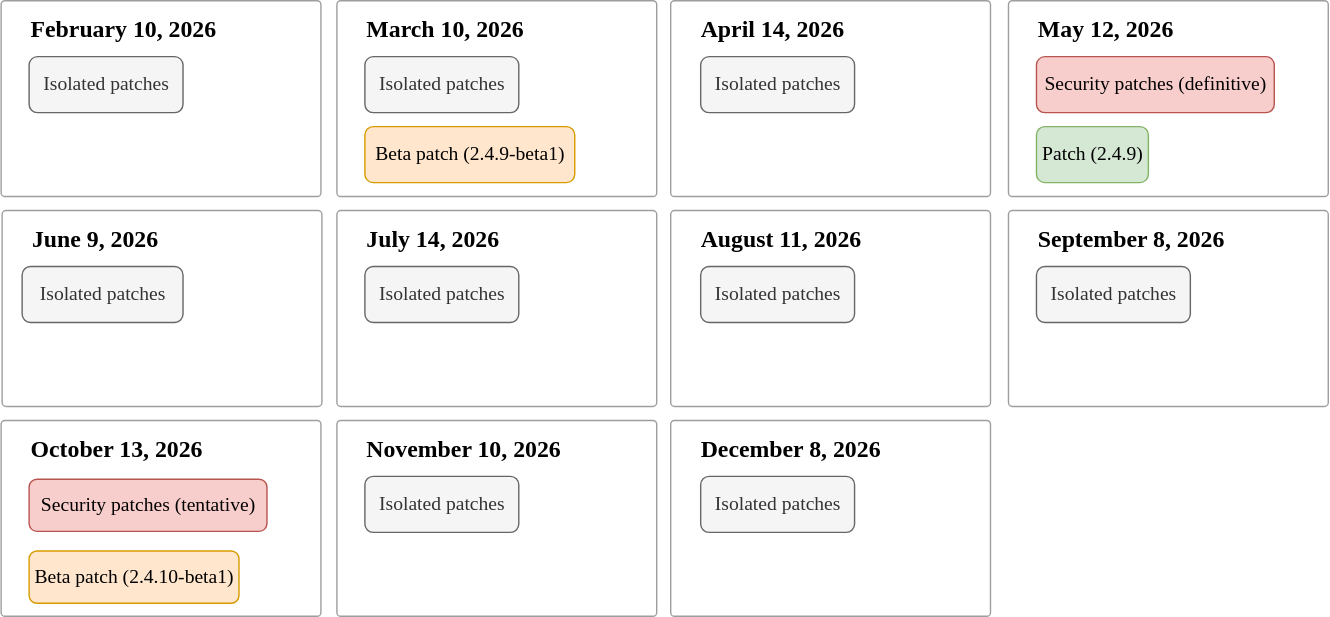
This is help/assets/release/release-calendar.drawio.svg from AdobeDocs/commerce-operations.en, a draw.io export, as it was before one commit. Source tidied: cells renumbered, new cells last; positions are measured from the earlier drawing's top-left corner, leaving out a move shared by most shapes.
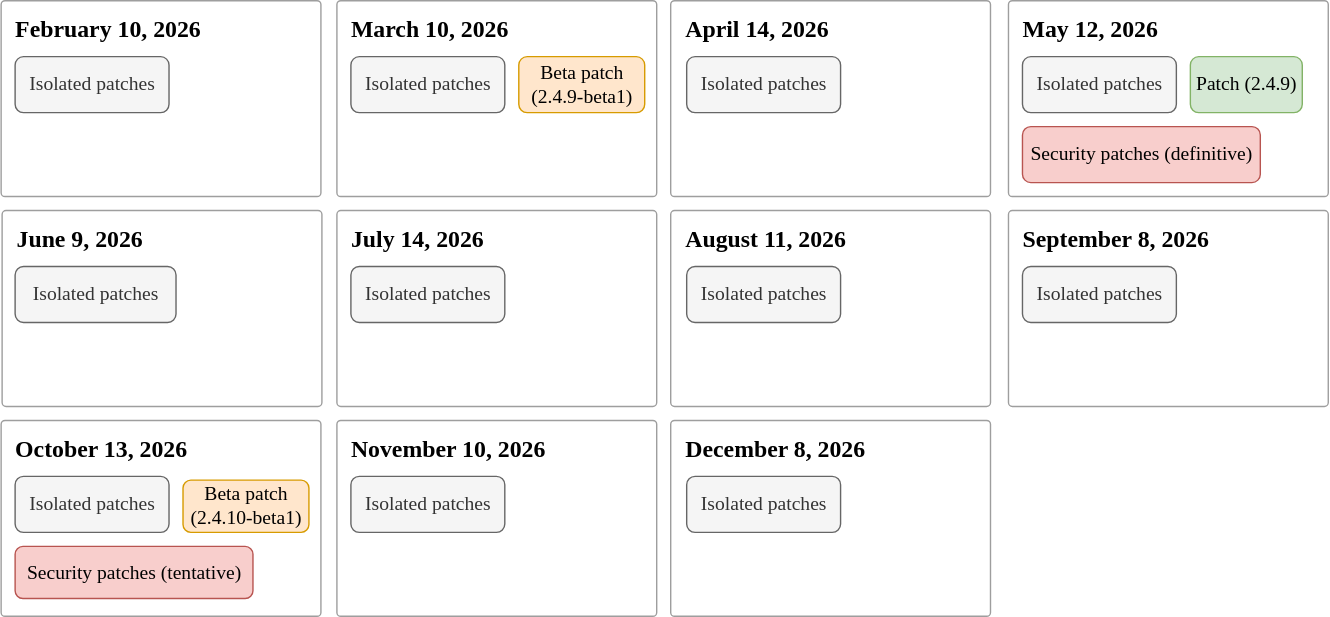
The same diagram one commit later.

Commit message:
fix: add isolated patches to every month

Diff of the diagram source:
```diff
@@ -2,80 +2,86 @@
   <root>
     <mxCell id="0" />
     <mxCell id="1" parent="0" />
-    <mxCell id="2" value="&lt;div&gt;&lt;font&gt;&lt;b&gt;March 10, 2026&lt;/b&gt;&lt;/font&gt;&lt;/div&gt;&lt;div&gt;&lt;br&gt;&lt;/div&gt;&lt;div&gt;&lt;br&gt;&lt;/div&gt;" style="rounded=1;whiteSpace=wrap;html=1;arcSize=2;fillColor=none;strokeColor=#9E9E9E;fontFamily=Adobe Clean;fontSize=17;perimeter=rectanglePerimeter;shadow=0;align=left;spacingTop=-58;spacing=2;spacingLeft=19;" parent="1" vertex="1">
+    <mxCell id="2" value="&lt;div&gt;&lt;font&gt;&lt;b&gt;March 10, 2026&lt;/b&gt;&lt;/font&gt;&lt;/div&gt;&lt;div&gt;&lt;br&gt;&lt;/div&gt;&lt;div&gt;&lt;br&gt;&lt;/div&gt;" style="rounded=1;whiteSpace=wrap;html=1;arcSize=2;fillColor=none;strokeColor=#9E9E9E;fontFamily=Adobe Clean;fontSize=17;perimeter=rectanglePerimeter;shadow=0;align=left;spacingTop=-58;spacing=2;spacingLeft=8;" parent="1" vertex="1">
       <mxGeometry x="240" width="228.6" height="140" as="geometry" />
     </mxCell>
-    <mxCell id="3" value="&lt;div&gt;&lt;font&gt;&lt;b&gt;May 12, 2026&lt;/b&gt;&lt;/font&gt;&lt;/div&gt;&lt;div&gt;&lt;br&gt;&lt;/div&gt;&lt;div&gt;&lt;br&gt;&lt;/div&gt;" style="rounded=1;whiteSpace=wrap;html=1;arcSize=2;fillColor=none;strokeColor=#9E9E9E;fontFamily=Adobe Clean;fontSize=17;perimeter=rectanglePerimeter;shadow=0;align=left;spacingTop=-58;spacing=2;spacingLeft=19;" parent="1" vertex="1">
+    <mxCell id="3" value="&lt;div&gt;&lt;font&gt;&lt;b&gt;May 12, 2026&lt;/b&gt;&lt;/font&gt;&lt;/div&gt;&lt;div&gt;&lt;br&gt;&lt;/div&gt;&lt;div&gt;&lt;br&gt;&lt;/div&gt;" style="rounded=1;whiteSpace=wrap;html=1;arcSize=2;fillColor=none;strokeColor=#9E9E9E;fontFamily=Adobe Clean;fontSize=17;perimeter=rectanglePerimeter;shadow=0;align=left;spacingTop=-58;spacing=2;spacingLeft=8;" parent="1" vertex="1">
       <mxGeometry x="720" width="228.6" height="140" as="geometry" />
     </mxCell>
-    <mxCell id="4" value="&lt;div&gt;&lt;font&gt;&lt;b&gt;June 9, 2026&lt;/b&gt;&lt;/font&gt;&lt;/div&gt;&lt;div&gt;&lt;br&gt;&lt;/div&gt;&lt;div&gt;&lt;br&gt;&lt;/div&gt;" style="rounded=1;whiteSpace=wrap;html=1;arcSize=2;fillColor=none;strokeColor=#9E9E9E;fontFamily=Adobe Clean;fontSize=17;perimeter=rectanglePerimeter;shadow=0;align=left;spacingTop=-58;spacing=2;spacingLeft=19;" parent="1" vertex="1">
+    <mxCell id="4" value="&lt;div&gt;&lt;font&gt;&lt;b&gt;June 9, 2026&lt;/b&gt;&lt;/font&gt;&lt;/div&gt;&lt;div&gt;&lt;br&gt;&lt;/div&gt;&lt;div&gt;&lt;br&gt;&lt;/div&gt;" style="rounded=1;whiteSpace=wrap;html=1;arcSize=2;fillColor=none;strokeColor=#9E9E9E;fontFamily=Adobe Clean;fontSize=17;perimeter=rectanglePerimeter;shadow=0;align=left;spacingTop=-58;spacing=2;spacingLeft=8;" parent="1" vertex="1">
       <mxGeometry x="0.7" y="150" width="228.6" height="140" as="geometry" />
     </mxCell>
-    <mxCell id="5" value="&lt;div&gt;&lt;font&gt;&lt;b&gt;July 14, 2026&lt;/b&gt;&lt;/font&gt;&lt;/div&gt;&lt;div&gt;&lt;br&gt;&lt;/div&gt;&lt;div&gt;&lt;br&gt;&lt;/div&gt;" style="rounded=1;whiteSpace=wrap;html=1;arcSize=2;fillColor=none;strokeColor=#9E9E9E;fontFamily=Adobe Clean;fontSize=17;perimeter=rectanglePerimeter;shadow=0;align=left;spacingTop=-58;spacing=2;spacingLeft=19;" parent="1" vertex="1">
+    <mxCell id="5" value="&lt;div&gt;&lt;font&gt;&lt;b&gt;July 14, 2026&lt;/b&gt;&lt;/font&gt;&lt;/div&gt;&lt;div&gt;&lt;br&gt;&lt;/div&gt;&lt;div&gt;&lt;br&gt;&lt;/div&gt;" style="rounded=1;whiteSpace=wrap;html=1;arcSize=2;fillColor=none;strokeColor=#9E9E9E;fontFamily=Adobe Clean;fontSize=17;perimeter=rectanglePerimeter;shadow=0;align=left;spacingTop=-58;spacing=2;spacingLeft=8;" parent="1" vertex="1">
       <mxGeometry x="240" y="150" width="228.6" height="140" as="geometry" />
     </mxCell>
-    <mxCell id="6" value="&lt;div&gt;&lt;font&gt;&lt;b&gt;August 11, 2026&lt;/b&gt;&lt;/font&gt;&lt;/div&gt;&lt;div&gt;&lt;br&gt;&lt;/div&gt;&lt;div&gt;&lt;br&gt;&lt;/div&gt;" style="rounded=1;whiteSpace=wrap;html=1;arcSize=2;fillColor=none;strokeColor=#9E9E9E;fontFamily=Adobe Clean;fontSize=17;perimeter=rectanglePerimeter;shadow=0;align=left;spacingTop=-58;spacing=2;spacingLeft=19;" parent="1" vertex="1">
+    <mxCell id="6" value="&lt;div&gt;&lt;font&gt;&lt;b&gt;August 11, 2026&lt;/b&gt;&lt;/font&gt;&lt;/div&gt;&lt;div&gt;&lt;br&gt;&lt;/div&gt;&lt;div&gt;&lt;br&gt;&lt;/div&gt;" style="rounded=1;whiteSpace=wrap;html=1;arcSize=2;fillColor=none;strokeColor=#9E9E9E;fontFamily=Adobe Clean;fontSize=17;perimeter=rectanglePerimeter;shadow=0;align=left;spacingTop=-58;spacing=2;spacingLeft=8;" parent="1" vertex="1">
       <mxGeometry x="478.6" y="150" width="228.6" height="140" as="geometry" />
     </mxCell>
-    <mxCell id="7" value="&lt;div&gt;&lt;font&gt;&lt;b&gt;September 8, 2026&lt;/b&gt;&lt;/font&gt;&lt;/div&gt;&lt;div&gt;&lt;br&gt;&lt;/div&gt;&lt;div&gt;&lt;br&gt;&lt;/div&gt;" style="rounded=1;whiteSpace=wrap;html=1;arcSize=2;fillColor=none;strokeColor=#9E9E9E;fontFamily=Adobe Clean;fontSize=17;perimeter=rectanglePerimeter;shadow=0;align=left;spacingTop=-58;spacing=2;spacingLeft=19;" parent="1" vertex="1">
+    <mxCell id="7" value="&lt;div&gt;&lt;font&gt;&lt;b&gt;September 8, 2026&lt;/b&gt;&lt;/font&gt;&lt;/div&gt;&lt;div&gt;&lt;br&gt;&lt;/div&gt;&lt;div&gt;&lt;br&gt;&lt;/div&gt;" style="rounded=1;whiteSpace=wrap;html=1;arcSize=2;fillColor=none;strokeColor=#9E9E9E;fontFamily=Adobe Clean;fontSize=17;perimeter=rectanglePerimeter;shadow=0;align=left;spacingTop=-58;spacing=2;spacingLeft=8;" parent="1" vertex="1">
       <mxGeometry x="720" y="150" width="228.6" height="140" as="geometry" />
     </mxCell>
-    <mxCell id="8" value="&lt;div&gt;&lt;font&gt;&lt;b&gt;November 10, 2026&lt;/b&gt;&lt;/font&gt;&lt;/div&gt;&lt;div&gt;&lt;br&gt;&lt;/div&gt;&lt;div&gt;&lt;br&gt;&lt;/div&gt;" style="rounded=1;whiteSpace=wrap;html=1;arcSize=2;fillColor=none;strokeColor=#9E9E9E;fontFamily=Adobe Clean;fontSize=17;perimeter=rectanglePerimeter;shadow=0;align=left;spacingTop=-58;spacing=2;spacingLeft=19;" parent="1" vertex="1">
+    <mxCell id="8" value="&lt;div&gt;&lt;font&gt;&lt;b&gt;November 10, 2026&lt;/b&gt;&lt;/font&gt;&lt;/div&gt;&lt;div&gt;&lt;br&gt;&lt;/div&gt;&lt;div&gt;&lt;br&gt;&lt;/div&gt;" style="rounded=1;whiteSpace=wrap;html=1;arcSize=2;fillColor=none;strokeColor=#9E9E9E;fontFamily=Adobe Clean;fontSize=17;perimeter=rectanglePerimeter;shadow=0;align=left;spacingTop=-58;spacing=2;spacingLeft=8;" parent="1" vertex="1">
       <mxGeometry x="240" y="300" width="228.6" height="140" as="geometry" />
     </mxCell>
-    <mxCell id="9" value="&lt;div&gt;&lt;font&gt;&lt;b&gt;December 8, 2026&lt;/b&gt;&lt;/font&gt;&lt;/div&gt;&lt;div&gt;&lt;br&gt;&lt;/div&gt;&lt;div&gt;&lt;br&gt;&lt;/div&gt;" style="rounded=1;whiteSpace=wrap;html=1;arcSize=2;fillColor=none;strokeColor=#9E9E9E;fontFamily=Adobe Clean;fontSize=17;perimeter=rectanglePerimeter;shadow=0;align=left;spacingTop=-58;spacing=2;spacingLeft=19;" parent="1" vertex="1">
+    <mxCell id="9" value="&lt;div&gt;&lt;font&gt;&lt;b&gt;December 8, 2026&lt;/b&gt;&lt;/font&gt;&lt;/div&gt;&lt;div&gt;&lt;br&gt;&lt;/div&gt;&lt;div&gt;&lt;br&gt;&lt;/div&gt;" style="rounded=1;whiteSpace=wrap;html=1;arcSize=2;fillColor=none;strokeColor=#9E9E9E;fontFamily=Adobe Clean;fontSize=17;perimeter=rectanglePerimeter;shadow=0;align=left;spacingTop=-58;spacing=2;spacingLeft=8;" parent="1" vertex="1">
       <mxGeometry x="478.6" y="300" width="228.6" height="140" as="geometry" />
     </mxCell>
-    <mxCell id="10" value="&lt;div&gt;&lt;font&gt;&lt;b&gt;February 10, 2026&lt;/b&gt;&lt;/font&gt;&lt;/div&gt;&lt;div&gt;&lt;br&gt;&lt;/div&gt;&lt;div&gt;&lt;br&gt;&lt;/div&gt;" style="rounded=1;whiteSpace=wrap;html=1;arcSize=2;fillColor=none;strokeColor=#9E9E9E;fontFamily=Adobe Clean;fontSize=17;perimeter=rectanglePerimeter;shadow=0;align=left;spacingTop=-58;spacing=2;spacingLeft=19;" parent="1" vertex="1">
+    <mxCell id="10" value="&lt;div&gt;&lt;font&gt;&lt;b&gt;February 10, 2026&lt;/b&gt;&lt;/font&gt;&lt;/div&gt;&lt;div&gt;&lt;br&gt;&lt;/div&gt;&lt;div&gt;&lt;br&gt;&lt;/div&gt;" style="rounded=1;whiteSpace=wrap;html=1;arcSize=2;fillColor=none;strokeColor=#9E9E9E;fontFamily=Adobe Clean;fontSize=17;perimeter=rectanglePerimeter;shadow=0;align=left;spacingTop=-58;spacing=2;spacingLeft=8;" parent="1" vertex="1">
       <mxGeometry width="228.6" height="140" as="geometry" />
     </mxCell>
-    <mxCell id="11" value="&lt;div&gt;&lt;font&gt;&lt;b&gt;April 14, 2026&lt;/b&gt;&lt;/font&gt;&lt;/div&gt;&lt;div&gt;&lt;br&gt;&lt;/div&gt;&lt;div&gt;&lt;br&gt;&lt;/div&gt;" style="rounded=1;whiteSpace=wrap;html=1;arcSize=2;fillColor=none;strokeColor=#9E9E9E;fontFamily=Adobe Clean;fontSize=17;perimeter=rectanglePerimeter;shadow=0;align=left;spacingTop=-58;spacing=2;spacingLeft=19;" parent="1" vertex="1">
+    <mxCell id="11" value="&lt;div&gt;&lt;font&gt;&lt;b&gt;April 14, 2026&lt;/b&gt;&lt;/font&gt;&lt;/div&gt;&lt;div&gt;&lt;br&gt;&lt;/div&gt;&lt;div&gt;&lt;br&gt;&lt;/div&gt;" style="rounded=1;whiteSpace=wrap;html=1;arcSize=2;fillColor=none;strokeColor=#9E9E9E;fontFamily=Adobe Clean;fontSize=17;perimeter=rectanglePerimeter;shadow=0;align=left;spacingTop=-58;spacing=2;spacingLeft=8;" parent="1" vertex="1">
       <mxGeometry x="478.6" width="228.6" height="140" as="geometry" />
     </mxCell>
     <mxCell id="12" value="Isolated patches" style="rounded=1;whiteSpace=wrap;html=1;fillColor=#f5f5f5;strokeColor=#666666;fontFamily=Adobe Clean;fontSize=14;fontColor=#333333;" parent="1" vertex="1">
-      <mxGeometry x="20" y="40" width="110" height="40" as="geometry" />
+      <mxGeometry x="10" y="40" width="110" height="40" as="geometry" />
     </mxCell>
     <mxCell id="13" value="Isolated patches" style="rounded=1;whiteSpace=wrap;html=1;fillColor=#f5f5f5;strokeColor=#666666;fontFamily=Adobe Clean;fontSize=14;fontColor=#333333;" parent="1" vertex="1">
-      <mxGeometry x="260" y="40" width="110" height="40" as="geometry" />
+      <mxGeometry x="250" y="40" width="110" height="40" as="geometry" />
     </mxCell>
     <mxCell id="14" value="Isolated patches" style="rounded=1;whiteSpace=wrap;html=1;fillColor=#f5f5f5;strokeColor=#666666;fontFamily=Adobe Clean;fontSize=14;fontColor=#333333;" parent="1" vertex="1">
-      <mxGeometry x="260" y="190" width="110" height="40" as="geometry" />
+      <mxGeometry x="250" y="190" width="110" height="40" as="geometry" />
     </mxCell>
     <mxCell id="15" value="Isolated patches" style="rounded=1;whiteSpace=wrap;html=1;fillColor=#f5f5f5;strokeColor=#666666;fontFamily=Adobe Clean;fontSize=14;fontColor=#333333;" parent="1" vertex="1">
-      <mxGeometry x="15" y="190" width="115" height="40" as="geometry" />
+      <mxGeometry x="10" y="190" width="115" height="40" as="geometry" />
     </mxCell>
     <mxCell id="16" value="Isolated patches" style="rounded=1;whiteSpace=wrap;html=1;fillColor=#f5f5f5;strokeColor=#666666;fontFamily=Adobe Clean;fontSize=14;fontColor=#333333;" parent="1" vertex="1">
-      <mxGeometry x="260" y="340" width="110" height="40" as="geometry" />
+      <mxGeometry x="250" y="340" width="110" height="40" as="geometry" />
     </mxCell>
     <mxCell id="17" value="Isolated patches" style="rounded=1;whiteSpace=wrap;html=1;fillColor=#f5f5f5;strokeColor=#666666;fontFamily=Adobe Clean;fontSize=14;fontColor=#333333;" parent="1" vertex="1">
-      <mxGeometry x="500" y="340" width="110" height="40" as="geometry" />
+      <mxGeometry x="490" y="340" width="110" height="40" as="geometry" />
     </mxCell>
     <mxCell id="18" value="Isolated patches" style="rounded=1;whiteSpace=wrap;html=1;fillColor=#f5f5f5;strokeColor=#666666;fontFamily=Adobe Clean;fontSize=14;fontColor=#333333;" parent="1" vertex="1">
-      <mxGeometry x="500" y="190" width="110" height="40" as="geometry" />
+      <mxGeometry x="490" y="190" width="110" height="40" as="geometry" />
     </mxCell>
     <mxCell id="19" value="Isolated patches" style="rounded=1;whiteSpace=wrap;html=1;fillColor=#f5f5f5;strokeColor=#666666;fontFamily=Adobe Clean;fontSize=14;fontColor=#333333;" parent="1" vertex="1">
-      <mxGeometry x="500" y="40" width="110" height="40" as="geometry" />
+      <mxGeometry x="490" y="40" width="110" height="40" as="geometry" />
     </mxCell>
     <mxCell id="20" value="Isolated patches" style="rounded=1;whiteSpace=wrap;html=1;fillColor=#f5f5f5;strokeColor=#666666;fontFamily=Adobe Clean;fontSize=14;fontColor=#333333;" parent="1" vertex="1">
-      <mxGeometry x="740" y="190" width="110" height="40" as="geometry" />
+      <mxGeometry x="730" y="190" width="110" height="40" as="geometry" />
     </mxCell>
     <mxCell id="21" value="Security patches (definitive)" style="rounded=1;whiteSpace=wrap;html=1;fillColor=#f8cecc;strokeColor=#b85450;fontFamily=Adobe Clean;fontSize=14;" parent="1" vertex="1">
-      <mxGeometry x="740" y="40" width="170" height="40" as="geometry" />
+      <mxGeometry x="730" y="90" width="170" height="40" as="geometry" />
     </mxCell>
     <mxCell id="22" value="Patch (2.4.9)" style="rounded=1;whiteSpace=wrap;html=1;fillColor=#d5e8d4;strokeColor=#82b366;fontFamily=Adobe Clean;fontSize=14;" parent="1" vertex="1">
-      <mxGeometry x="740" y="90" width="80" height="40" as="geometry" />
+      <mxGeometry x="850" y="40" width="80" height="40" as="geometry" />
     </mxCell>
     <mxCell id="23" value="Beta patch (2.4.9-beta1)" style="rounded=1;whiteSpace=wrap;html=1;fillColor=#ffe6cc;strokeColor=#d79b00;fontFamily=Adobe Clean;fontSize=14;" parent="1" vertex="1">
-      <mxGeometry x="260" y="90" width="150" height="40" as="geometry" />
+      <mxGeometry x="370" y="40" width="90" height="40" as="geometry" />
     </mxCell>
-    <mxCell id="24" value="&lt;div&gt;&lt;font&gt;&lt;b&gt;October 13, 2026&lt;/b&gt;&lt;/font&gt;&lt;/div&gt;&lt;div&gt;&lt;br&gt;&lt;/div&gt;&lt;div&gt;&lt;br&gt;&lt;/div&gt;" style="rounded=1;whiteSpace=wrap;html=1;arcSize=2;fillColor=none;strokeColor=#9E9E9E;fontFamily=Adobe Clean;fontSize=17;perimeter=rectanglePerimeter;shadow=0;align=left;spacingTop=-58;spacing=2;spacingLeft=19;" parent="1" vertex="1">
+    <mxCell id="24" value="&lt;div&gt;&lt;font&gt;&lt;b&gt;October 13, 2026&lt;/b&gt;&lt;/font&gt;&lt;/div&gt;&lt;div&gt;&lt;br&gt;&lt;/div&gt;&lt;div&gt;&lt;br&gt;&lt;/div&gt;" style="rounded=1;whiteSpace=wrap;html=1;arcSize=2;fillColor=none;strokeColor=#9E9E9E;fontFamily=Adobe Clean;fontSize=17;perimeter=rectanglePerimeter;shadow=0;align=left;spacingTop=-58;spacing=2;spacingLeft=8;" parent="1" vertex="1">
       <mxGeometry y="300" width="228.6" height="140" as="geometry" />
     </mxCell>
     <mxCell id="25" value="Security patches (tentative)" style="rounded=1;whiteSpace=wrap;html=1;fillColor=#f8cecc;strokeColor=#b85450;fontFamily=Adobe Clean;fontSize=14;" parent="1" vertex="1">
-      <mxGeometry x="20" y="342" width="170" height="37.3" as="geometry" />
+      <mxGeometry x="10" y="390" width="170" height="37.3" as="geometry" />
     </mxCell>
     <mxCell id="26" value="Beta patch (2.4.10-beta1)" style="rounded=1;whiteSpace=wrap;html=1;fillColor=#ffe6cc;strokeColor=#d79b00;fontFamily=Adobe Clean;fontSize=14;" parent="1" vertex="1">
-      <mxGeometry x="20" y="393.3" width="150" height="37.3" as="geometry" />
+      <mxGeometry x="130" y="342.7" width="90" height="37.3" as="geometry" />
     </mxCell>
+    <mxCell id="27" value="Isolated patches" style="rounded=1;whiteSpace=wrap;html=1;fillColor=#f5f5f5;strokeColor=#666666;fontFamily=Adobe Clean;fontSize=14;fontColor=#333333;" parent="1" vertex="1">
+      <mxGeometry x="730" y="40" width="110" height="40" as="geometry" />
+    </mxCell>
+    <mxCell id="28" value="Isolated patches" style="rounded=1;whiteSpace=wrap;html=1;fillColor=#f5f5f5;strokeColor=#666666;fontFamily=Adobe Clean;fontSize=14;fontColor=#333333;" parent="1" vertex="1">
+      <mxGeometry x="10" y="340" width="110" height="40" as="geometry" />
+    </mxCell>
   </root>
 </mxGraphModel>
```
